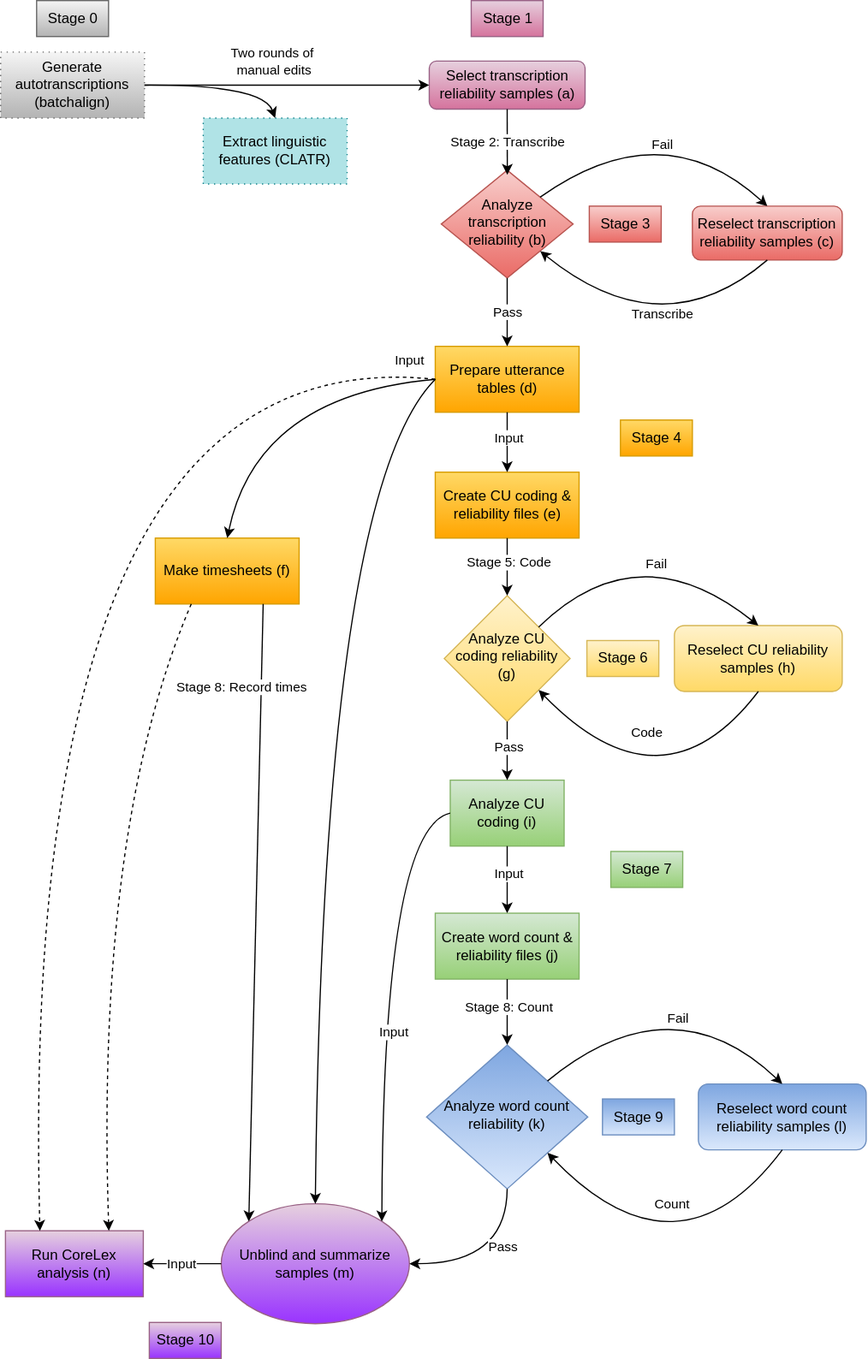
Before: images/RASCAL_workflowchart.svg, a diagram exported from draw.io (nmccloskey/RASCAL). Source tidied: cells renumbered, new cells last; positions are measured from the earlier drawing's top-left corner, leaving out a move shared by most shapes.
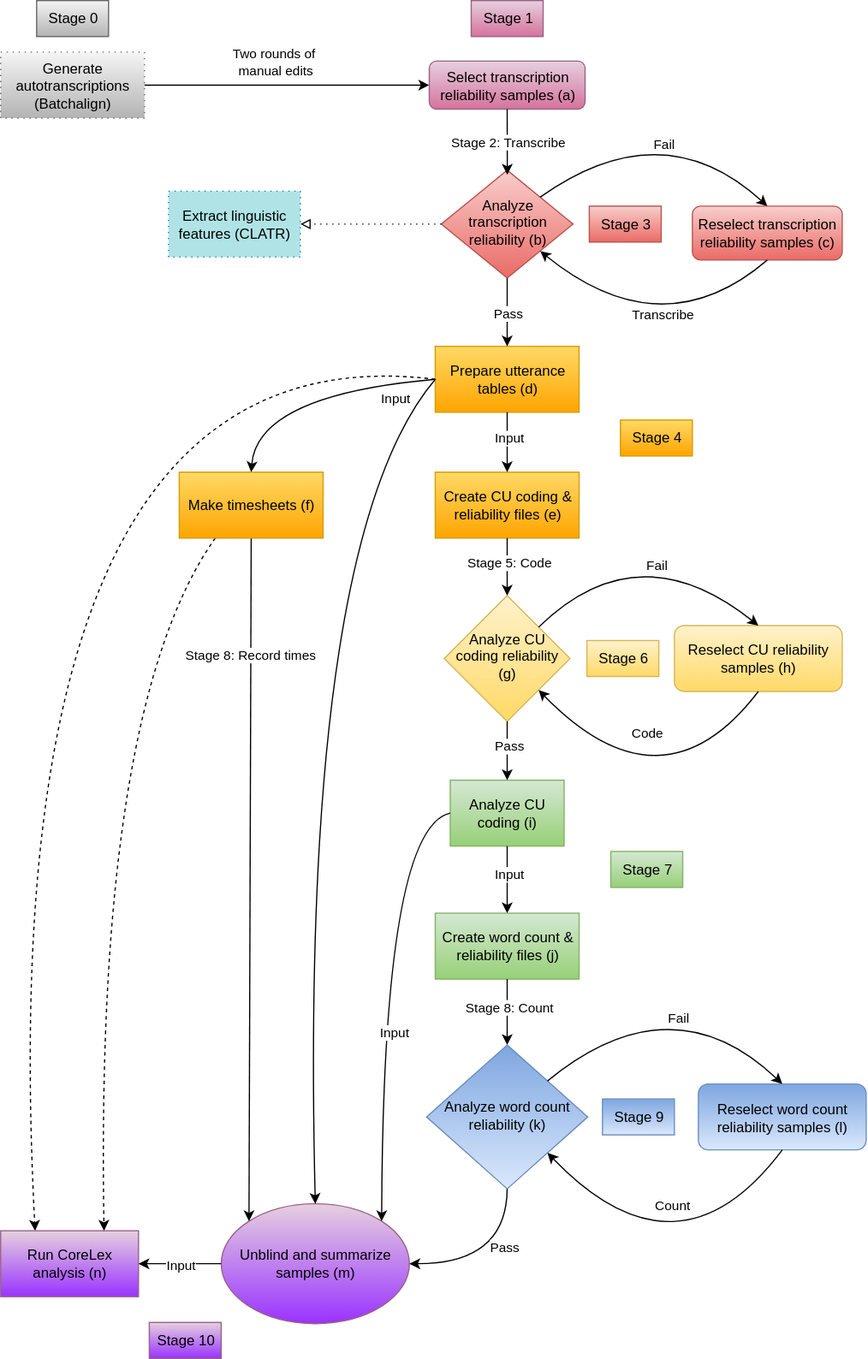
The same file after the commit.

The edit, as a diff of the source:
```diff
@@ -9,7 +9,7 @@
       <mxGeometry x="367.6" y="141.5" width="110" height="90" as="geometry" />
     </mxCell>
     <mxCell id="4" value="Run CoreLex analysis (n)" style="rounded=0;whiteSpace=wrap;html=1;fillColor=#e6d0de;gradientColor=#9933FF;strokeColor=#996185;" parent="1" vertex="1">
-      <mxGeometry x="4" y="1026.5" width="115" height="55" as="geometry" />
+      <mxGeometry y="1026.5" width="115" height="55" as="geometry" />
     </mxCell>
     <mxCell id="5" value="&lt;font color=&quot;#000000&quot;&gt;Unblind and summarize samples (m)&lt;/font&gt;" style="ellipse;whiteSpace=wrap;html=1;fillColor=#e6d0de;strokeColor=#996185;gradientColor=#9933FF;gradientDirection=south;" parent="1" vertex="1">
       <mxGeometry x="184" y="1004" width="157" height="100" as="geometry" />
@@ -41,9 +41,6 @@
     <mxCell id="14" value="&lt;p style=&quot;margin-top: 0pt; margin-bottom: 0pt; margin-left: 0in; direction: ltr; unicode-bidi: embed; word-break: normal;&quot;&gt;&lt;font color=&quot;#000000&quot;&gt;Reselect word count reliability samples (l)&lt;/font&gt;&lt;/p&gt;" style="rounded=1;whiteSpace=wrap;html=1;fontSize=12;glass=0;strokeWidth=1;shadow=0;fillColor=#dae8fc;strokeColor=#6c8ebf;gradientColor=#7ea6e0;gradientDirection=north;" parent="1" vertex="1">
       <mxGeometry x="582" y="904" width="140" height="55" as="geometry" />
     </mxCell>
-    <mxCell id="15" value="&lt;p style=&quot;margin-top: 0pt; margin-bottom: 0pt; margin-left: 0in; direction: ltr; unicode-bidi: embed; word-break: normal;&quot;&gt;Make timesheets&amp;nbsp;&lt;span style=&quot;background-color: initial;&quot;&gt;(f)&lt;/span&gt;&lt;/p&gt;" style="rounded=0;whiteSpace=wrap;html=1;fontSize=12;glass=0;strokeWidth=1;shadow=0;fillColor=#FFD966;gradientColor=#ffa500;strokeColor=#d79b00;" parent="1" vertex="1">
-      <mxGeometry x="129" y="448.5" width="120" height="55" as="geometry" />
-    </mxCell>
     <mxCell id="16" style="endArrow=classic;html=1;rounded=0;exitX=0.5;exitY=1;exitDx=0;exitDy=0;entryX=0.501;entryY=0.042;entryDx=0;entryDy=0;entryPerimeter=0;" parent="1" edge="1" source="2" target="3">
       <mxGeometry relative="1" as="geometry" />
     </mxCell>
@@ -95,7 +92,7 @@
     </mxCell>
     <mxCell id="27" value="Input" style="edgeLabel;html=1;align=center;verticalAlign=middle;" parent="26" vertex="1">
       <mxGeometry x="-0.02" y="-1" relative="1" as="geometry">
-        <mxPoint x="111" y="-27" as="offset" />
+        <mxPoint x="71" y="7" as="offset" />
       </mxGeometry>
     </mxCell>
     <mxCell id="28" style="curved=1;endArrow=classic;html=1;rounded=0;exitX=0.5;exitY=1;exitDx=0;exitDy=0;entryX=0.5;entryY=0;entryDx=0;entryDy=0;" parent="1" edge="1" source="8" target="13">
@@ -196,29 +193,29 @@
     <mxCell id="49" value="Input" style="edgeLabel;html=1;align=center;verticalAlign=middle;" parent="48" vertex="1">
       <mxGeometry x="0.18" y="9" relative="1" as="geometry" />
     </mxCell>
-    <mxCell id="50" style="curved=1;endArrow=classic;html=1;rounded=0;exitX=0.75;exitY=1;exitDx=0;exitDy=0;entryX=0;entryY=0;entryDx=0;entryDy=0;" parent="1" edge="1" source="15" target="5">
+    <mxCell id="50" style="curved=1;endArrow=classic;html=1;rounded=0;exitX=0.5;exitY=1;exitDx=0;exitDy=0;entryX=0;entryY=0;entryDx=0;entryDy=0;" parent="1" edge="1" source="15" target="5">
       <mxGeometry relative="1" as="geometry" />
     </mxCell>
     <mxCell id="51" value="Stage 8: Record times" style="edgeLabel;html=1;align=center;verticalAlign=middle;" parent="50" vertex="1">
       <mxGeometry x="0.02" y="2" relative="1" as="geometry">
-        <mxPoint x="-14" y="-194" as="offset" />
+        <mxPoint x="-3" y="-194" as="offset" />
       </mxGeometry>
     </mxCell>
     <mxCell id="52" style="curved=1;endArrow=classic;html=1;rounded=0;dashed=1;exitX=0;exitY=0.5;exitDx=0;exitDy=0;entryX=0.25;entryY=0;entryDx=0;entryDy=0;" parent="1" edge="1" source="7" target="4">
       <mxGeometry relative="1" as="geometry">
         <Array as="points">
-          <mxPoint x="14" y="279" />
+          <mxPoint x="-11" y="270" />
         </Array>
       </mxGeometry>
     </mxCell>
     <mxCell id="53" style="curved=1;endArrow=classic;html=1;rounded=0;dashed=1;exitX=0.25;exitY=1;exitDx=0;exitDy=0;entryX=0.75;entryY=0;entryDx=0;entryDy=0;" parent="1" edge="1" source="15" target="4">
       <mxGeometry relative="1" as="geometry">
         <Array as="points">
-          <mxPoint x="79" y="690" />
+          <mxPoint x="79" y="590" />
         </Array>
       </mxGeometry>
     </mxCell>
-    <mxCell id="54" value="&lt;p style=&quot;margin-top: 0pt; margin-bottom: 0pt; margin-left: 0in; direction: ltr; unicode-bidi: embed; word-break: normal;&quot;&gt;Generate autotranscriptions (batchalign)&lt;/p&gt;" style="rounded=0;whiteSpace=wrap;html=1;fontSize=12;glass=0;strokeWidth=1;shadow=0;dashed=1;dashPattern=1 4;fillColor=#f5f5f5;gradientColor=#b3b3b3;strokeColor=#666666;" parent="1" vertex="1">
+    <mxCell id="54" value="&lt;p style=&quot;margin-top: 0pt; margin-bottom: 0pt; margin-left: 0in; direction: ltr; unicode-bidi: embed; word-break: normal;&quot;&gt;Generate autotranscriptions (Batchalign)&lt;/p&gt;" style="rounded=0;whiteSpace=wrap;html=1;fontSize=12;glass=0;strokeWidth=1;shadow=0;dashed=1;dashPattern=1 4;fillColor=#f5f5f5;gradientColor=#b3b3b3;strokeColor=#666666;" parent="1" vertex="1">
       <mxGeometry y="43" width="120" height="55" as="geometry" />
     </mxCell>
     <mxCell id="55" style="endArrow=classic;html=1;rounded=0;exitX=1;exitY=0.5;exitDx=0;exitDy=0;entryX=0;entryY=0.5;entryDx=0;entryDy=0;" parent="1" edge="1" source="54" target="2">
@@ -230,19 +227,15 @@
       </mxGeometry>
     </mxCell>
     <mxCell id="57" value="&lt;p style=&quot;margin-top: 0pt; margin-bottom: 0pt; margin-left: 0in; direction: ltr; unicode-bidi: embed; word-break: normal;&quot;&gt;Extract linguistic features (CLATR)&lt;/p&gt;" style="rounded=0;whiteSpace=wrap;html=1;fontSize=12;glass=0;strokeWidth=1;shadow=0;dashed=1;dashPattern=1 4;fillColor=#b0e3e6;strokeColor=#0e8088;" parent="1" vertex="1">
-      <mxGeometry x="169" y="98" width="120" height="55" as="geometry" />
+      <mxGeometry x="140" y="159" width="110" height="55" as="geometry" />
     </mxCell>
-    <mxCell id="58" style="curved=1;endArrow=classic;html=1;rounded=0;exitX=1;exitY=0.5;exitDx=0;exitDy=0;entryX=0.5;entryY=0;entryDx=0;entryDy=0;" parent="1" edge="1" source="54" target="57">
-      <mxGeometry relative="1" as="geometry">
-        <Array as="points">
-          <mxPoint x="219" y="70" />
-        </Array>
-      </mxGeometry>
+    <mxCell id="58" style="curved=1;endArrow=block;html=1;rounded=0;exitX=0;exitY=0.5;exitDx=0;exitDy=0;entryX=1;entryY=0.5;entryDx=0;entryDy=0;dashed=1;dashPattern=1 4;endFill=0;" parent="1" edge="1" source="3" target="57">
+      <mxGeometry relative="1" as="geometry" />
     </mxCell>
-    <mxCell id="59" style="curved=1;endArrow=classic;html=1;rounded=0;exitX=0;exitY=0.5;exitDx=0;exitDy=0;entryX=0.5;entryY=0;entryDx=0;entryDy=0;" parent="1" edge="1" source="7" target="5">
+    <mxCell id="59" style="curved=1;endArrow=classic;html=1;rounded=0;entryX=0.5;entryY=0;entryDx=0;entryDy=0;exitX=0;exitY=0.5;exitDx=0;exitDy=0;" parent="1" edge="1" source="7" target="5">
       <mxGeometry relative="1" as="geometry">
         <Array as="points">
-          <mxPoint x="269" y="410" />
+          <mxPoint x="249" y="450" />
         </Array>
       </mxGeometry>
     </mxCell>
@@ -270,5 +263,8 @@
     <mxCell id="67" value="Stage 10" style="text;html=1;align=center;verticalAlign=middle;strokeColor=#996185;fillColor=#e6d0de;gradientColor=#9933FF;" parent="1" vertex="1">
       <mxGeometry x="124" y="1103" width="60" height="30" as="geometry" />
     </mxCell>
+    <mxCell id="15" value="&lt;p style=&quot;margin-top: 0pt; margin-bottom: 0pt; margin-left: 0in; direction: ltr; unicode-bidi: embed; word-break: normal;&quot;&gt;Make timesheets&amp;nbsp;&lt;span style=&quot;background-color: initial;&quot;&gt;(f)&lt;/span&gt;&lt;/p&gt;" style="rounded=0;whiteSpace=wrap;html=1;fontSize=12;glass=0;strokeWidth=1;shadow=0;fillColor=#FFD966;gradientColor=#ffa500;strokeColor=#d79b00;" parent="1" vertex="1">
+      <mxGeometry x="149" y="393.5" width="120" height="55" as="geometry" />
+    </mxCell>
   </root>
 </mxGraphModel>
```
